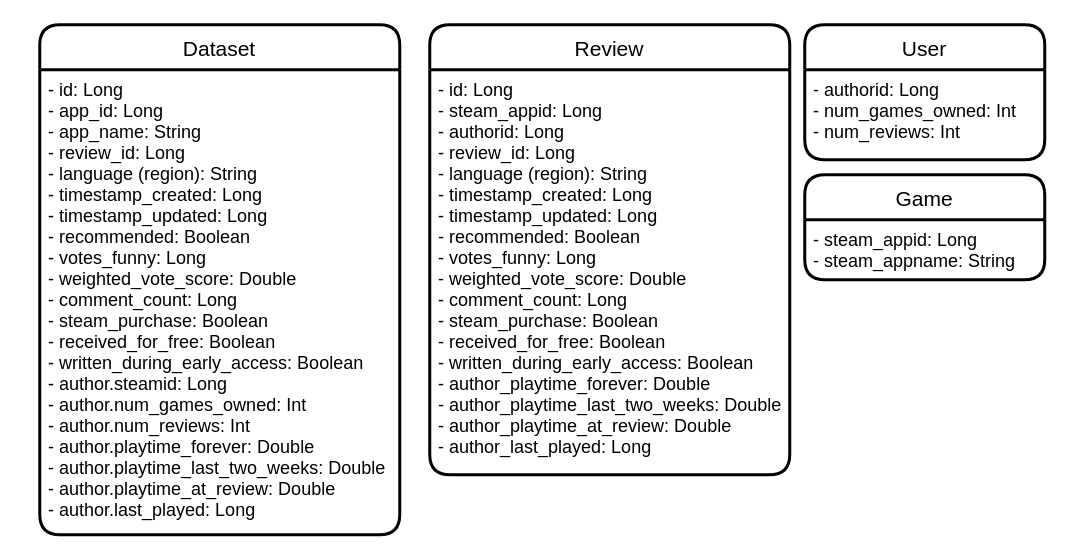
Before: src/main/resources/diagram.drawio in wyaldalex/akka-project-steam-reviews, a draw.io diagram. Source tidied: cells renumbered, new cells numbered last; positions are measured from the earlier drawing's top-left corner, leaving out a move shared by most shapes. Both pictures are drawn from the tidied source at 150%, with x=0, y=0 at pixel (39, 24).
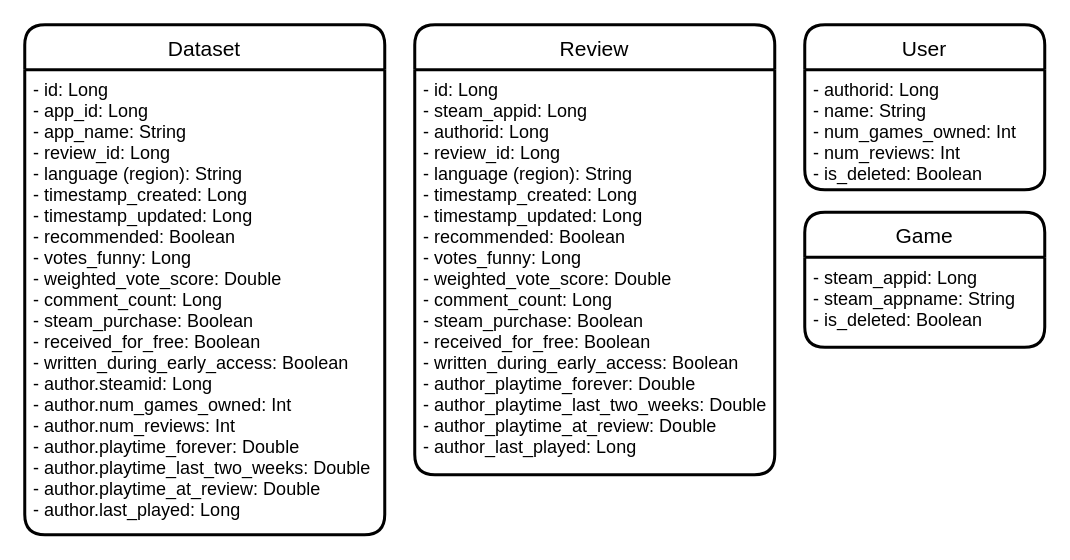
After the change.

Commit message:
:memo: Added fields to user entity

Change to the diagram source:
```diff
@@
 <mxGraphModel>
   <root>
     <mxCell id="0" />
     <mxCell id="1" parent="0" />
     <mxCell id="2" value="Dataset" style="swimlane;horizontal=1;startSize=30;rounded=1;fontSize=14;fontStyle=0;strokeWidth=2;shadow=0;dashed=0;align=center;" parent="1" vertex="1">
-      <mxGeometry width="240" height="340" as="geometry" />
+      <mxGeometry x="-10" width="240" height="340" as="geometry" />
     </mxCell>
     <mxCell id="3" value="- id: Long&#10;- app_id: Long&#10;- app_name: String&#10;- review_id: Long&#10;- language (region): String&#10;- timestamp_created: Long&#10;- timestamp_updated: Long&#10;- recommended: Boolean&#10;- votes_funny: Long&#10;- weighted_vote_score: Double&#10;- comment_count: Long&#10;- steam_purchase: Boolean&#10;- received_for_free: Boolean&#10;- written_during_early_access: Boolean&#10;- author.steamid: Long&#10;- author.num_games_owned: Int&#10;- author.num_reviews: Int&#10;- author.playtime_forever: Double&#10;- author.playtime_last_two_weeks: Double&#10;- author.playtime_at_review: Double&#10;- author.last_played: Long" style="align=left;strokeColor=none;fillColor=none;spacingLeft=4;fontSize=12;verticalAlign=top;" parent="2" vertex="1">
       <mxGeometry y="30" width="240" height="310" as="geometry" />
     </mxCell>
     <mxCell id="4" value="Game" style="swimlane;horizontal=1;startSize=30;rounded=1;fontSize=14;fontStyle=0;strokeWidth=2;shadow=0;dashed=0;align=center;" parent="1" vertex="1">
-      <mxGeometry x="510" y="100" width="160" height="70" as="geometry" />
+      <mxGeometry x="510" y="125" width="160" height="90" as="geometry" />
     </mxCell>
-    <mxCell id="5" value="- steam_appid: Long&#10;- steam_appname: String" style="align=left;strokeColor=none;fillColor=none;spacingLeft=4;fontSize=12;verticalAlign=top;" parent="4" vertex="1">
-      <mxGeometry y="30" width="160" height="40" as="geometry" />
+    <mxCell id="5" value="- steam_appid: Long&#10;- steam_appname: String&#10;- is_deleted: Boolean&#10;" style="align=left;strokeColor=none;fillColor=none;spacingLeft=4;fontSize=12;verticalAlign=top;" parent="4" vertex="1">
+      <mxGeometry y="30" width="160" height="60" as="geometry" />
     </mxCell>
     <mxCell id="6" value="User" style="swimlane;horizontal=1;startSize=30;rounded=1;fontSize=14;fontStyle=0;strokeWidth=2;shadow=0;dashed=0;align=center;" parent="1" vertex="1">
-      <mxGeometry x="510" width="160" height="90" as="geometry" />
+      <mxGeometry x="510" width="160" height="110" as="geometry" />
     </mxCell>
-    <mxCell id="7" value="- authorid: Long&#10;- num_games_owned: Int&#10;- num_reviews: Int" style="align=left;strokeColor=none;fillColor=none;spacingLeft=4;fontSize=12;verticalAlign=top;" parent="6" vertex="1">
-      <mxGeometry y="30" width="160" height="60" as="geometry" />
+    <mxCell id="7" value="- authorid: Long&#10;- name: String&#10;- num_games_owned: Int&#10;- num_reviews: Int&#10;- is_deleted: Boolean" style="align=left;strokeColor=none;fillColor=none;spacingLeft=4;fontSize=12;verticalAlign=top;" parent="6" vertex="1">
+      <mxGeometry y="30" width="160" height="80" as="geometry" />
     </mxCell>
     <mxCell id="8" value="Review" style="swimlane;horizontal=1;startSize=30;rounded=1;fontSize=14;fontStyle=0;strokeWidth=2;shadow=0;dashed=0;align=center;" parent="1" vertex="1">
-      <mxGeometry x="260" width="240" height="300" as="geometry" />
+      <mxGeometry x="250" width="240" height="300" as="geometry" />
     </mxCell>
     <mxCell id="9" value="- id: Long&#10;- steam_appid: Long&#10;- authorid: Long&#10;- review_id: Long&#10;- language (region): String&#10;- timestamp_created: Long&#10;- timestamp_updated: Long&#10;- recommended: Boolean&#10;- votes_funny: Long&#10;- weighted_vote_score: Double&#10;- comment_count: Long&#10;- steam_purchase: Boolean&#10;- received_for_free: Boolean&#10;- written_during_early_access: Boolean&#10;- author_playtime_forever: Double&#10;- author_playtime_last_two_weeks: Double&#10;- author_playtime_at_review: Double&#10;- author_last_played: Long" style="align=left;strokeColor=none;fillColor=none;spacingLeft=4;fontSize=12;verticalAlign=top;" parent="8" vertex="1">
       <mxGeometry y="30" width="240" height="270" as="geometry" />
     </mxCell>
   </root>
 </mxGraphModel>
```
